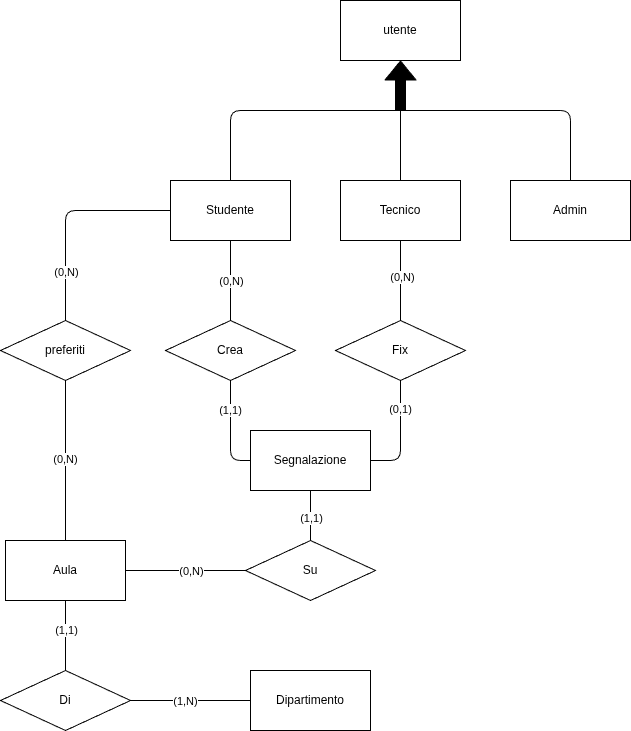
Before: docs/Schemi/schema.drawio.png, a diagram exported from draw.io (LukeSlongo/progetto_tecweb). Source tidied: cells renumbered, new cells last; positions are measured from the earlier drawing's top-left corner, leaving out a move shared by most shapes.
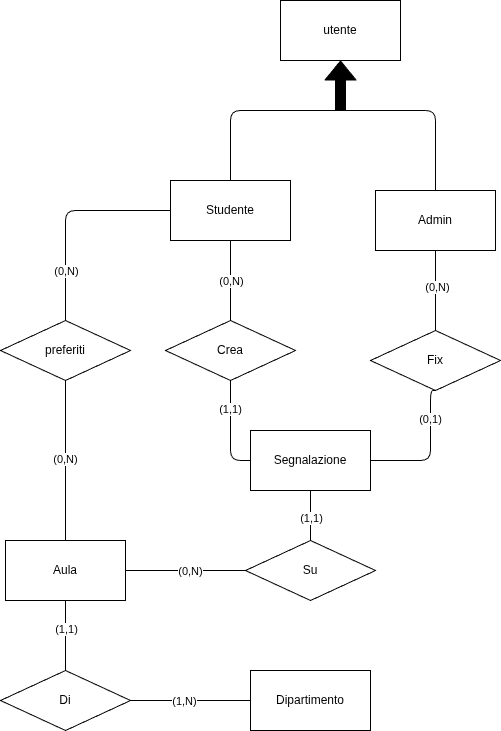
The same file after the commit.

The edit, as a diff of the source:
```diff
@@ -3,20 +3,17 @@
     <mxCell id="0" />
     <mxCell id="1" parent="0" />
     <mxCell id="2" value="utente" style="rounded=0;whiteSpace=wrap;html=1;" parent="1" vertex="1">
-      <mxGeometry x="340" width="120" height="60" as="geometry" />
+      <mxGeometry x="280" width="120" height="60" as="geometry" />
     </mxCell>
     <mxCell id="3" value="Studente&lt;span style=&quot;font-family: monospace; font-size: 0px; text-align: start; text-wrap-mode: nowrap;&quot;&gt;%3CmxGraphModel%3E%3Croot%3E%3CmxCell%20id%3D%220%22%2F%3E%3CmxCell%20id%3D%221%22%20parent%3D%220%22%2F%3E%3CmxCell%20id%3D%222%22%20value%3D%22%22%20style%3D%22endArrow%3Dclassic%3Bhtml%3D1%3B%22%20edge%3D%221%22%20parent%3D%221%22%3E%3CmxGeometry%20width%3D%2250%22%20height%3D%2250%22%20relative%3D%221%22%20as%3D%22geometry%22%3E%3CmxPoint%20x%3D%22170%22%20y%3D%22340%22%20as%3D%22sourcePoint%22%2F%3E%3CmxPoint%20x%3D%22170%22%20y%3D%22280%22%20as%3D%22targetPoint%22%2F%3E%3C%2FmxGeometry%3E%3C%2FmxCell%3E%3C%2Froot%3E%3C%2FmxGraphModel%3E&lt;/span&gt;" style="rounded=0;whiteSpace=wrap;html=1;" parent="1" vertex="1">
       <mxGeometry x="170" y="180" width="120" height="60" as="geometry" />
     </mxCell>
-    <mxCell id="4" value="Tecnico&lt;span style=&quot;font-family: monospace; font-size: 0px; text-align: start; text-wrap-mode: nowrap;&quot;&gt;%3CmxGraphModel%3E%3Croot%3E%3CmxCell%20id%3D%220%22%2F%3E%3CmxCell%20id%3D%221%22%20parent%3D%220%22%2F%3E%3CmxCell%20id%3D%222%22%20value%3D%22Studente%26lt%3Bspan%20style%3D%26quot%3Bfont-family%3A%20monospace%3B%20font-size%3A%200px%3B%20text-align%3A%20start%3B%20text-wrap-mode%3A%20nowrap%3B%26quot%3B%26gt%3B%253CmxGraphModel%253E%253Croot%253E%253CmxCell%2520id%253D%25220%2522%252F%253E%253CmxCell%2520id%253D%25221%2522%2520parent%253D%25220%2522%252F%253E%253CmxCell%2520id%253D%25222%2522%2520value%253D%2522%2522%2520style%253D%2522endArrow%253Dclassic%253Bhtml%253D1%253B%2522%2520edge%253D%25221%2522%2520parent%253D%25221%2522%253E%253CmxGeometry%2520width%253D%252250%2522%2520height%253D%252250%2522%2520relative%253D%25221%2522%2520as%253D%2522geometry%2522%253E%253CmxPoint%2520x%253D%2522170%2522%2520y%253D%2522340%2522%2520as%253D%2522sourcePoint%2522%252F%253E%253CmxPoint%2520x%253D%2522170%2522%2520y%253D%2522280%2522%2520as%253D%2522targetPoint%2522%252F%253E%253C%252FmxGeometry%253E%253C%252FmxCell%253E%253C%252Froot%253E%253C%252FmxGraphModel%253E%26lt%3B%2Fspan%26gt%3B%22%20style%3D%22rounded%3D0%3BwhiteSpace%3Dwrap%3Bhtml%3D1%3B%22%20vertex%3D%221%22%20parent%3D%221%22%3E%3CmxGeometry%20x%3D%22130%22%20y%3D%22270%22%20width%3D%22120%22%20height%3D%2260%22%20as%3D%22geometry%22%2F%3E%3C%2FmxCell%3E%3C%2Froot%3E%3C%2FmxGraphModel%3E&lt;/span&gt;" style="rounded=0;whiteSpace=wrap;html=1;" parent="1" vertex="1">
-      <mxGeometry x="340" y="180" width="120" height="60" as="geometry" />
-    </mxCell>
     <mxCell id="5" value="Admin" style="rounded=0;whiteSpace=wrap;html=1;" parent="1" vertex="1">
-      <mxGeometry x="510" y="180" width="120" height="60" as="geometry" />
+      <mxGeometry x="375" y="190" width="120" height="60" as="geometry" />
     </mxCell>
     <mxCell id="6" style="shape=flexArrow;endArrow=classic;html=1;entryX=0.5;entryY=1;entryDx=0;entryDy=0;fillColor=#000000;" parent="1" edge="1" target="2">
       <mxGeometry relative="1" as="geometry">
-        <mxPoint x="400" y="110" as="sourcePoint" />
+        <mxPoint x="340" y="110" as="sourcePoint" />
       </mxGeometry>
     </mxCell>
     <mxCell id="7" style="endArrow=none;html=1;elbow=vertical;exitX=0.5;exitY=0;exitDx=0;exitDy=0;" parent="1" edge="1" source="3">
@@ -27,16 +24,11 @@
         </Array>
       </mxGeometry>
     </mxCell>
-    <mxCell id="8" style="endArrow=none;html=1;elbow=vertical;exitX=0.5;exitY=0;exitDx=0;exitDy=0;" parent="1" edge="1" source="4">
-      <mxGeometry relative="1" as="geometry">
-        <mxPoint x="400" y="110" as="targetPoint" />
-      </mxGeometry>
-    </mxCell>
     <mxCell id="9" style="endArrow=none;html=1;elbow=vertical;exitX=0.5;exitY=0;exitDx=0;exitDy=0;" parent="1" edge="1" source="5">
       <mxGeometry relative="1" as="geometry">
         <mxPoint x="400" y="110" as="targetPoint" />
         <Array as="points">
-          <mxPoint x="570" y="110" />
+          <mxPoint x="435" y="110" />
         </Array>
       </mxGeometry>
     </mxCell>
@@ -65,9 +57,9 @@
       <mxGeometry relative="1" as="geometry" />
     </mxCell>
     <mxCell id="16" value="Fix" style="rhombus;whiteSpace=wrap;html=1;" parent="1" vertex="1">
-      <mxGeometry x="335" y="320" width="130" height="60" as="geometry" />
+      <mxGeometry x="370" y="330" width="130" height="60" as="geometry" />
     </mxCell>
-    <mxCell id="17" style="endArrow=none;html=1;elbow=vertical;entryX=0.5;entryY=1;entryDx=0;entryDy=0;exitX=0.5;exitY=0;exitDx=0;exitDy=0;" parent="1" edge="1" source="16" target="4">
+    <mxCell id="17" style="endArrow=none;html=1;elbow=vertical;entryX=0.5;entryY=1;entryDx=0;entryDy=0;exitX=0.5;exitY=0;exitDx=0;exitDy=0;" parent="1" edge="1" source="16" target="5">
       <mxGeometry relative="1" as="geometry" />
     </mxCell>
     <mxCell id="18" value="(0,N)" style="edgeLabel;html=1;align=center;verticalAlign=middle;" parent="17" vertex="1">
@@ -76,7 +68,7 @@
     <mxCell id="19" style="endArrow=none;html=1;entryX=0.5;entryY=1;entryDx=0;entryDy=0;exitX=1;exitY=0.5;exitDx=0;exitDy=0;edgeStyle=elbowEdgeStyle;" parent="1" edge="1" source="10" target="16">
       <mxGeometry relative="1" as="geometry">
         <Array as="points">
-          <mxPoint x="400" y="450" />
+          <mxPoint x="430" y="430" />
         </Array>
       </mxGeometry>
     </mxCell>
```
